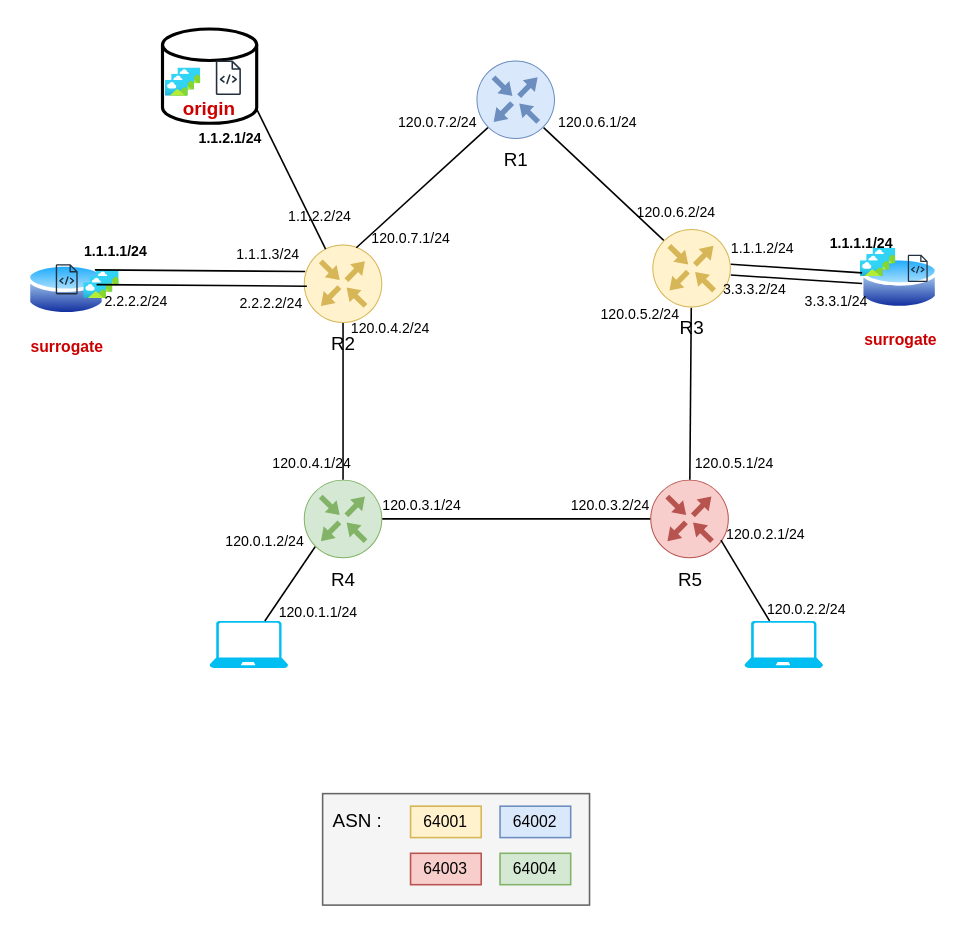
This is diagram.drawio from Kitio-Tek/CDN-Project, a draw.io file, before an edit. Source tidied: cells renumbered, new cells numbered last; positions are measured from the earlier drawing's top-left corner, leaving out a move shared by most shapes. Both pictures are drawn from the tidied source at 157%, with x=0, y=0 at pixel (27, 28).
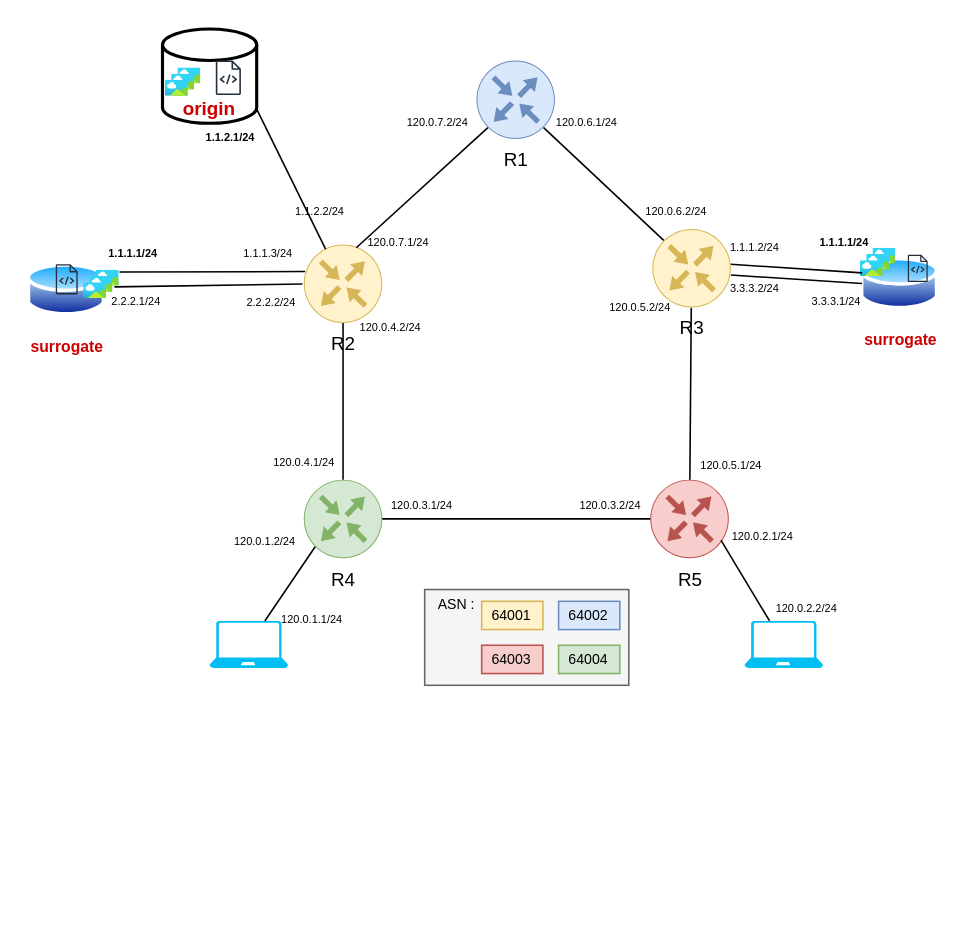
After the change.

Unchanged cells that the change refers to:
```xml
<mxCell id="5" value="&lt;font color=&quot;#cc0000&quot; style=&quot;font-size: 10px;&quot;&gt;&lt;b&gt;surrogate&lt;/b&gt;&lt;/font&gt;" style="image;perimeter=ellipsePerimeter;html=1;align=center;shadow=0;dashed=0;spacingTop=3;image=img/lib/active_directory/database.svg;" parent="1" vertex="1">
  <mxGeometry y="147.8" width="50" height="37" as="geometry" />
</mxCell>
<mxCell id="23" style="image;html=1;points=[];align=center;fontSize=12;image=img/lib/azure2/general/Image.svg;" parent="1" vertex="1">
  <mxGeometry x="44" y="153.8" width="14.6" height="10" as="geometry" />
</mxCell>
<mxCell id="37" value="R2" style="sketch=0;points=[[0.5,0,0],[1,0.5,0],[0.5,1,0],[0,0.5,0],[0.145,0.145,0],[0.8555,0.145,0],[0.855,0.8555,0],[0.145,0.855,0]];verticalLabelPosition=bottom;html=1;verticalAlign=top;align=center;shape=mxgraph.cisco19.rect;prIcon=router;fillColor=#fff2cc;strokeColor=#d6b656;" parent="1" vertex="1">
  <mxGeometry x="176" y="137.2" width="50" height="50" as="geometry" />
</mxCell>
```

Diff of the diagram source:
```diff
@@
-    <mxCell id="2" style="rounded=0;whiteSpace=wrap;html=1;fillColor=#f5f5f5;fontColor=#333333;strokeColor=#666666;" parent="1" vertex="1">
-      <mxGeometry x="188" y="487" width="170" height="71" as="geometry" />
+    <mxCell id="2" style="rounded=0;whiteSpace=wrap;html=1;fillColor=#f5f5f5;fontColor=#333333;strokeColor=#666666;fontSize=9;" parent="1" vertex="1">
+      <mxGeometry x="253" y="357" width="130" height="61" as="geometry" />
     </mxCell>
@@
-    <mxCell id="26" value="&lt;font style=&quot;font-size: 9px;&quot;&gt;120.0.1.1/24&lt;/font&gt;" style="text;html=1;align=center;verticalAlign=middle;strokeColor=none;fillColor=none;fontSize=9;" parent="1" vertex="1">
-      <mxGeometry x="150" y="362" width="70" height="20" as="geometry" />
+    <mxCell id="26" value="&lt;font&gt;120.0.1.1/24&lt;/font&gt;" style="text;html=1;align=center;verticalAlign=middle;strokeColor=none;fillColor=none;fontSize=7;" parent="1" vertex="1">
+      <mxGeometry x="151" y="367" width="60" height="20" as="geometry" />
     </mxCell>
-    <mxCell id="27" value="&lt;font style=&quot;font-size: 9px;&quot;&gt;120.0.1.2/24&lt;/font&gt;" style="text;html=1;align=center;verticalAlign=middle;strokeColor=none;fillColor=none;fontSize=9;" parent="1" vertex="1">
-      <mxGeometry x="116" y="317" width="70" height="20" as="geometry" />
+    <mxCell id="27" value="&lt;font&gt;120.0.1.2/24&lt;/font&gt;" style="text;html=1;align=center;verticalAlign=middle;strokeColor=none;fillColor=none;fontSize=7;" parent="1" vertex="1">
+      <mxGeometry x="121" y="317" width="60" height="20" as="geometry" />
     </mxCell>
-    <mxCell id="28" value="&lt;font style=&quot;font-size: 9px;&quot;&gt;120.0.2.1/24&lt;/font&gt;" style="text;html=1;align=center;verticalAlign=middle;strokeColor=none;fillColor=none;fontSize=9;" parent="1" vertex="1">
-      <mxGeometry x="434.8" y="312" width="70" height="20" as="geometry" />
+    <mxCell id="28" value="&lt;font&gt;120.0.2.1/24&lt;/font&gt;" style="text;html=1;align=center;verticalAlign=middle;strokeColor=none;fillColor=none;fontSize=7;" parent="1" vertex="1">
+      <mxGeometry x="438" y="314" width="60" height="20" as="geometry" />
     </mxCell>
-    <mxCell id="29" value="&lt;font style=&quot;font-size: 9px;&quot;&gt;120.0.2.2/24&lt;/font&gt;" style="text;html=1;align=center;verticalAlign=middle;strokeColor=none;fillColor=none;fontSize=9;" parent="1" vertex="1">
-      <mxGeometry x="460.7" y="360" width="70" height="20" as="geometry" />
+    <mxCell id="29" value="&lt;font&gt;120.0.2.2/24&lt;/font&gt;" style="text;html=1;align=center;verticalAlign=middle;strokeColor=none;fillColor=none;fontSize=7;" parent="1" vertex="1">
+      <mxGeometry x="465.7" y="360" width="60" height="20" as="geometry" />
     </mxCell>
-    <mxCell id="30" value="&lt;font style=&quot;font-size: 9px;&quot;&gt;120.0.3.1/24&lt;/font&gt;" style="text;html=1;align=center;verticalAlign=middle;strokeColor=none;fillColor=none;fontSize=9;" parent="1" vertex="1">
-      <mxGeometry x="216" y="294" width="70" height="20" as="geometry" />
+    <mxCell id="30" value="&lt;font&gt;120.0.3.1/24&lt;/font&gt;" style="text;html=1;align=center;verticalAlign=middle;strokeColor=none;fillColor=none;fontSize=7;" parent="1" vertex="1">
+      <mxGeometry x="221" y="294" width="60" height="20" as="geometry" />
     </mxCell>
-    <mxCell id="31" value="&lt;font style=&quot;font-size: 9px;&quot;&gt;120.0.3.2/24&lt;/font&gt;" style="text;html=1;align=center;verticalAlign=middle;strokeColor=none;fillColor=none;fontSize=9;" parent="1" vertex="1">
-      <mxGeometry x="336" y="294" width="70" height="20" as="geometry" />
+    <mxCell id="31" value="&lt;font&gt;120.0.3.2/24&lt;/font&gt;" style="text;html=1;align=center;verticalAlign=middle;strokeColor=none;fillColor=none;fontSize=7;" parent="1" vertex="1">
+      <mxGeometry x="341" y="294" width="60" height="20" as="geometry" />
     </mxCell>
@@
-    <mxCell id="36" style="rounded=0;jettySize=auto;html=1;exitX=0.018;exitY=0.345;exitDx=0;exitDy=0;exitPerimeter=0;entryX=1;entryY=0;entryDx=0;entryDy=0;endArrow=none;endFill=0;" parent="1" edge="1" source="37" target="5">
+    <mxCell id="36" style="rounded=0;jettySize=auto;html=1;exitX=0.018;exitY=0.345;exitDx=0;exitDy=0;exitPerimeter=0;entryX=0.998;entryY=0.096;entryDx=0;entryDy=0;endArrow=none;endFill=0;entryPerimeter=0;" parent="1" edge="1" source="37" target="23">
       <mxGeometry relative="1" as="geometry" />
     </mxCell>
@@
-    <mxCell id="38" value="&lt;font style=&quot;font-size: 9px;&quot;&gt;1.1.1.1/24&lt;/font&gt;" style="text;html=1;align=center;verticalAlign=middle;strokeColor=none;fillColor=none;fontSize=9;fontStyle=1;" parent="1" vertex="1">
-      <mxGeometry x="26" y="132.2" width="60" height="20" as="geometry" />
+    <mxCell id="38" value="&lt;font&gt;1.1.1.1/24&lt;/font&gt;" style="text;html=1;align=center;verticalAlign=middle;strokeColor=none;fillColor=none;fontSize=7;fontStyle=1;" parent="1" vertex="1">
+      <mxGeometry x="42" y="133.8" width="50" height="20" as="geometry" />
     </mxCell>
-    <mxCell id="39" value="&lt;font style=&quot;font-size: 9px;&quot;&gt;1.1.1.1/24&lt;/font&gt;" style="text;html=1;align=center;verticalAlign=middle;strokeColor=none;fillColor=none;fontSize=9;fontStyle=1;" parent="1" vertex="1">
-      <mxGeometry x="500.7" y="127.4" width="60" height="20" as="geometry" />
+    <mxCell id="39" value="&lt;font&gt;1.1.1.1/24&lt;/font&gt;" style="text;html=1;align=center;verticalAlign=middle;strokeColor=none;fillColor=none;fontSize=7;fontStyle=1;" parent="1" vertex="1">
+      <mxGeometry x="495.3" y="127.4" width="50" height="20" as="geometry" />
     </mxCell>
@@
-    <mxCell id="41" value="&lt;font style=&quot;font-size: 9px;&quot;&gt;120.0.4.1/24&lt;/font&gt;" style="text;html=1;align=center;verticalAlign=middle;strokeColor=none;fillColor=none;fontSize=9;" parent="1" vertex="1">
-      <mxGeometry x="146" y="267" width="70" height="20" as="geometry" />
+    <mxCell id="41" value="&lt;font&gt;120.0.4.1/24&lt;/font&gt;" style="text;html=1;align=center;verticalAlign=middle;strokeColor=none;fillColor=none;fontSize=7;" parent="1" vertex="1">
+      <mxGeometry x="146" y="267" width="60" height="20" as="geometry" />
     </mxCell>
-    <mxCell id="42" value="&lt;font style=&quot;font-size: 9px;&quot;&gt;120.0.5.1/24&lt;/font&gt;" style="text;html=1;align=center;verticalAlign=middle;strokeColor=none;fillColor=none;fontSize=9;" parent="1" vertex="1">
-      <mxGeometry x="415.3" y="267" width="70" height="20" as="geometry" />
+    <mxCell id="42" value="&lt;font&gt;120.0.5.1/24&lt;/font&gt;" style="text;html=1;align=center;verticalAlign=middle;strokeColor=none;fillColor=none;fontSize=7;" parent="1" vertex="1">
+      <mxGeometry x="418.3" y="269" width="60" height="20" as="geometry" />
     </mxCell>
-    <mxCell id="43" value="&lt;font style=&quot;font-size: 9px;&quot;&gt;120.0.4.2/24&lt;/font&gt;" style="text;html=1;align=center;verticalAlign=middle;strokeColor=none;fillColor=none;fontSize=9;" parent="1" vertex="1">
-      <mxGeometry x="196" y="180.8" width="70" height="20" as="geometry" />
+    <mxCell id="43" value="&lt;font&gt;120.0.4.2/24&lt;/font&gt;" style="text;html=1;align=center;verticalAlign=middle;strokeColor=none;fillColor=none;fontSize=7;" parent="1" vertex="1">
+      <mxGeometry x="201" y="180.8" width="60" height="20" as="geometry" />
     </mxCell>
-    <mxCell id="44" value="&lt;font style=&quot;font-size: 9px;&quot;&gt;120.0.5.2/24&lt;/font&gt;" style="text;html=1;align=center;verticalAlign=middle;strokeColor=none;fillColor=none;fontSize=9;" parent="1" vertex="1">
-      <mxGeometry x="354.7" y="171.8" width="70" height="20" as="geometry" />
+    <mxCell id="44" value="&lt;font&gt;120.0.5.2/24&lt;/font&gt;" style="text;html=1;align=center;verticalAlign=middle;strokeColor=none;fillColor=none;fontSize=7;" parent="1" vertex="1">
+      <mxGeometry x="360.3" y="167.8" width="60" height="20" as="geometry" />
     </mxCell>
-    <mxCell id="45" value="&lt;font style=&quot;font-size: 9px;&quot;&gt;1.1.1.2/24&lt;/font&gt;" style="text;html=1;align=center;verticalAlign=middle;strokeColor=none;fillColor=none;fontSize=9;fontStyle=0;" parent="1" vertex="1">
-      <mxGeometry x="438" y="129.8" width="60" height="20" as="geometry" />
+    <mxCell id="45" value="&lt;font&gt;1.1.1.2/24&lt;/font&gt;" style="text;html=1;align=center;verticalAlign=middle;strokeColor=none;fillColor=none;fontSize=7;fontStyle=0;" parent="1" vertex="1">
+      <mxGeometry x="438" y="129.8" width="50" height="20" as="geometry" />
     </mxCell>
-    <mxCell id="46" value="&lt;font style=&quot;font-size: 9px;&quot;&gt;1.1.1.3/24&lt;/font&gt;" style="text;html=1;align=center;verticalAlign=middle;strokeColor=none;fillColor=none;fontSize=9;fontStyle=0;" parent="1" vertex="1">
-      <mxGeometry x="123" y="133.8" width="60" height="20" as="geometry" />
+    <mxCell id="46" value="&lt;font&gt;1.1.1.3/24&lt;/font&gt;" style="text;html=1;align=center;verticalAlign=middle;strokeColor=none;fillColor=none;fontSize=7;fontStyle=0;" parent="1" vertex="1">
+      <mxGeometry x="128" y="133.8" width="50" height="20" as="geometry" />
     </mxCell>
-    <mxCell id="47" value="&lt;font style=&quot;font-size: 9px;&quot;&gt;120.0.6.2/24&lt;/font&gt;" style="text;html=1;align=center;verticalAlign=middle;strokeColor=none;fillColor=none;fontSize=9;" parent="1" vertex="1">
-      <mxGeometry x="378" y="107.4" width="70" height="20" as="geometry" />
+    <mxCell id="47" value="&lt;font&gt;120.0.6.2/24&lt;/font&gt;" style="text;html=1;align=center;verticalAlign=middle;strokeColor=none;fillColor=none;fontSize=7;" parent="1" vertex="1">
+      <mxGeometry x="383" y="107.4" width="60" height="20" as="geometry" />
     </mxCell>
-    <mxCell id="48" value="&lt;font style=&quot;font-size: 9px;&quot;&gt;120.0.6.1/24&lt;/font&gt;" style="text;html=1;align=center;verticalAlign=middle;strokeColor=none;fillColor=none;fontSize=9;" parent="1" vertex="1">
-      <mxGeometry x="328" y="50" width="70" height="20" as="geometry" />
+    <mxCell id="48" value="&lt;font&gt;120.0.6.1/24&lt;/font&gt;" style="text;html=1;align=center;verticalAlign=middle;strokeColor=none;fillColor=none;fontSize=7;" parent="1" vertex="1">
+      <mxGeometry x="326" y="50" width="60" height="20" as="geometry" />
     </mxCell>
@@
-    <mxCell id="50" value="&lt;font style=&quot;font-size: 9px;&quot;&gt;120.0.7.2/24&lt;/font&gt;" style="text;html=1;align=center;verticalAlign=middle;strokeColor=none;fillColor=none;fontSize=9;" parent="1" vertex="1">
-      <mxGeometry x="226" y="50" width="70" height="20" as="geometry" />
+    <mxCell id="50" value="&lt;font&gt;120.0.7.2/24&lt;/font&gt;" style="text;html=1;align=center;verticalAlign=middle;strokeColor=none;fillColor=none;fontSize=7;" parent="1" vertex="1">
+      <mxGeometry x="231" y="50" width="60" height="20" as="geometry" />
     </mxCell>
-    <mxCell id="51" value="&lt;font style=&quot;font-size: 9px;&quot;&gt;120.0.7.1/24&lt;/font&gt;" style="text;html=1;align=center;verticalAlign=middle;strokeColor=none;fillColor=none;fontSize=9;" parent="1" vertex="1">
-      <mxGeometry x="208.7" y="123.8" width="70" height="20" as="geometry" />
+    <mxCell id="51" value="&lt;font&gt;120.0.7.1/24&lt;/font&gt;" style="text;html=1;align=center;verticalAlign=middle;strokeColor=none;fillColor=none;fontSize=7;" parent="1" vertex="1">
+      <mxGeometry x="206" y="127.4" width="60" height="20" as="geometry" />
     </mxCell>
-    <mxCell id="52" value="&lt;font style=&quot;font-size: 9px;&quot;&gt;1.1.2.1/24&lt;/font&gt;" style="text;html=1;align=center;verticalAlign=middle;strokeColor=none;fillColor=none;fontSize=9;fontStyle=1;" parent="1" vertex="1">
-      <mxGeometry x="99" y="60" width="60" height="20" as="geometry" />
+    <mxCell id="52" value="&lt;font&gt;1.1.2.1/24&lt;/font&gt;" style="text;html=1;align=center;verticalAlign=middle;strokeColor=none;fillColor=none;fontSize=7;fontStyle=1;" parent="1" vertex="1">
+      <mxGeometry x="104" y="60" width="50" height="20" as="geometry" />
     </mxCell>
@@
-    <mxCell id="54" value="&lt;font style=&quot;font-size: 9px;&quot;&gt;1.1.2.2/24&lt;/font&gt;" style="text;html=1;align=center;verticalAlign=middle;strokeColor=none;fillColor=none;fontSize=9;fontStyle=0;" parent="1" vertex="1">
-      <mxGeometry x="156" y="109.8" width="60" height="20" as="geometry" />
+    <mxCell id="54" value="&lt;font&gt;1.1.2.2/24&lt;/font&gt;" style="text;html=1;align=center;verticalAlign=middle;strokeColor=none;fillColor=none;fontSize=7;fontStyle=0;" parent="1" vertex="1">
+      <mxGeometry x="161" y="107.4" width="50" height="20" as="geometry" />
     </mxCell>
-    <mxCell id="55" value="&lt;font style=&quot;font-size: 10px;&quot;&gt;64001&lt;/font&gt;" style="text;html=1;align=center;verticalAlign=middle;whiteSpace=wrap;rounded=0;fillColor=#fff2cc;strokeColor=#d6b656;" parent="1" vertex="1">
-      <mxGeometry x="244" y="495" width="45" height="20" as="geometry" />
+    <mxCell id="55" value="&lt;font&gt;64001&lt;/font&gt;" style="text;html=1;align=center;verticalAlign=middle;whiteSpace=wrap;rounded=0;fillColor=#fff2cc;strokeColor=#d6b656;fontSize=9;" parent="1" vertex="1">
+      <mxGeometry x="289.3" y="364.5" width="39" height="18" as="geometry" />
     </mxCell>
-    <mxCell id="56" value="&lt;font style=&quot;font-size: 10px;&quot;&gt;64003&lt;/font&gt;" style="text;html=1;align=center;verticalAlign=middle;whiteSpace=wrap;rounded=0;fillColor=#f8cecc;strokeColor=#b85450;" parent="1" vertex="1">
-      <mxGeometry x="244" y="525" width="45" height="20" as="geometry" />
-    </mxCell>
-    <mxCell id="57" value="&lt;font style=&quot;font-size: 10px;&quot;&gt;64002&lt;/font&gt;" style="text;html=1;align=center;verticalAlign=middle;whiteSpace=wrap;rounded=0;fillColor=#dae8fc;strokeColor=#6c8ebf;" parent="1" vertex="1">
-      <mxGeometry x="301" y="495" width="45" height="20" as="geometry" />
-    </mxCell>
-    <mxCell id="58" value="&lt;font style=&quot;font-size: 10px;&quot;&gt;64004&lt;/font&gt;" style="text;html=1;align=center;verticalAlign=middle;whiteSpace=wrap;rounded=0;fillColor=#d5e8d4;strokeColor=#82b366;" parent="1" vertex="1">
-      <mxGeometry x="301" y="525" width="45" height="20" as="geometry" />
-    </mxCell>
-    <mxCell id="59" value="ASN :" style="text;html=1;align=center;verticalAlign=middle;strokeColor=none;fillColor=none;" parent="1" vertex="1">
-      <mxGeometry x="185" y="490" width="50" height="30" as="geometry" />
+    <mxCell id="59" value="ASN :" style="text;html=1;align=center;verticalAlign=middle;strokeColor=none;fillColor=none;fontSize=9;" parent="1" vertex="1">
+      <mxGeometry x="248" y="357" width="50" height="20" as="geometry" />
     </mxCell>
@@
-    <mxCell id="61" value="&lt;font style=&quot;font-size: 9px;&quot;&gt;3.3.3.2/24&lt;/font&gt;" style="text;html=1;align=center;verticalAlign=middle;strokeColor=none;fillColor=none;fontSize=9;fontStyle=0;" parent="1" vertex="1">
-      <mxGeometry x="433" y="156.3" width="60" height="20" as="geometry" />
+    <mxCell id="61" value="&lt;font&gt;3.3.3.2/24&lt;/font&gt;" style="text;html=1;align=center;verticalAlign=middle;strokeColor=none;fillColor=none;fontSize=7;fontStyle=0;" parent="1" vertex="1">
+      <mxGeometry x="438" y="156.3" width="50" height="20" as="geometry" />
     </mxCell>
-    <mxCell id="62" value="&lt;font style=&quot;font-size: 9px;&quot;&gt;3.3.3.1/24&lt;/font&gt;" style="text;html=1;align=center;verticalAlign=middle;strokeColor=none;fillColor=none;fontSize=9;fontStyle=0;" parent="1" vertex="1">
-      <mxGeometry x="485.3" y="163.8" width="60" height="20" as="geometry" />
+    <mxCell id="62" value="&lt;font&gt;3.3.3.1/24&lt;/font&gt;" style="text;html=1;align=center;verticalAlign=middle;strokeColor=none;fillColor=none;fontSize=7;fontStyle=0;" parent="1" vertex="1">
+      <mxGeometry x="490.3" y="163.8" width="50" height="20" as="geometry" />
     </mxCell>
-    <mxCell id="63" style="rounded=0;orthogonalLoop=1;jettySize=auto;html=1;exitX=0.018;exitY=0.345;exitDx=0;exitDy=0;exitPerimeter=0;entryX=1;entryY=0;entryDx=0;entryDy=0;endArrow=none;endFill=0;" parent="1" edge="1">
-      <mxGeometry relative="1" as="geometry">
-        <mxPoint x="178" y="163.8" as="sourcePoint" />
-        <mxPoint x="44" y="162.8" as="targetPoint" />
-      </mxGeometry>
+    <mxCell id="63" style="rounded=0;jettySize=auto;html=1;exitX=0.903;exitY=-0.12;exitDx=0;exitDy=0;exitPerimeter=0;entryX=0.227;entryY=0.021;entryDx=0;entryDy=0;endArrow=none;endFill=0;entryPerimeter=0;" parent="1" edge="1" source="64" target="65">
+      <mxGeometry relative="1" as="geometry" />
     </mxCell>
-    <mxCell id="64" value="2.2.2.2/24" style="text;html=1;align=center;verticalAlign=middle;points=[];strokeColor=none;fillColor=none;fontSize=9;fontStyle=0;" parent="1" vertex="1">
-      <mxGeometry x="125" y="164.8" width="60" height="20" as="geometry" />
+    <mxCell id="64" value="2.2.2.2/24" style="text;html=1;align=center;verticalAlign=middle;points=[];strokeColor=none;fillColor=none;fontSize=7;fontStyle=0;" parent="1" vertex="1">
+      <mxGeometry x="130" y="164.8" width="50" height="20" as="geometry" />
     </mxCell>
-    <mxCell id="65" value="2.2.2.2/24" style="text;html=1;align=center;verticalAlign=middle;points=[];strokeColor=none;fillColor=none;fontSize=9;fontStyle=0;" parent="1" vertex="1">
-      <mxGeometry x="39" y="163.8" width="60" height="20" as="geometry" />
+    <mxCell id="65" value="2.2.2.1/24" style="text;html=1;align=center;verticalAlign=middle;points=[];strokeColor=none;fillColor=none;fontSize=7;fontStyle=0;" parent="1" vertex="1">
+      <mxGeometry x="44" y="163.8" width="50" height="20" as="geometry" />
     </mxCell>
+    <mxCell id="57" value="&lt;font&gt;64002&lt;/font&gt;" style="text;html=1;align=center;verticalAlign=middle;whiteSpace=wrap;rounded=0;fillColor=#dae8fc;strokeColor=#6c8ebf;fontSize=9;" parent="1" vertex="1">
+      <mxGeometry x="338.3" y="364.5" width="39" height="18" as="geometry" />
+    </mxCell>
+    <mxCell id="56" value="&lt;font&gt;64003&lt;/font&gt;" style="text;html=1;align=center;verticalAlign=middle;whiteSpace=wrap;rounded=0;fillColor=#f8cecc;strokeColor=#b85450;fontSize=9;" parent="1" vertex="1">
+      <mxGeometry x="289.3" y="392.5" width="39" height="18" as="geometry" />
+    </mxCell>
+    <mxCell id="58" value="&lt;font&gt;64004&lt;/font&gt;" style="text;html=1;align=center;verticalAlign=middle;whiteSpace=wrap;rounded=0;fillColor=#d5e8d4;strokeColor=#82b366;fontSize=9;" parent="1" vertex="1">
+      <mxGeometry x="338.3" y="392.5" width="39" height="18" as="geometry" />
+    </mxCell>
```
